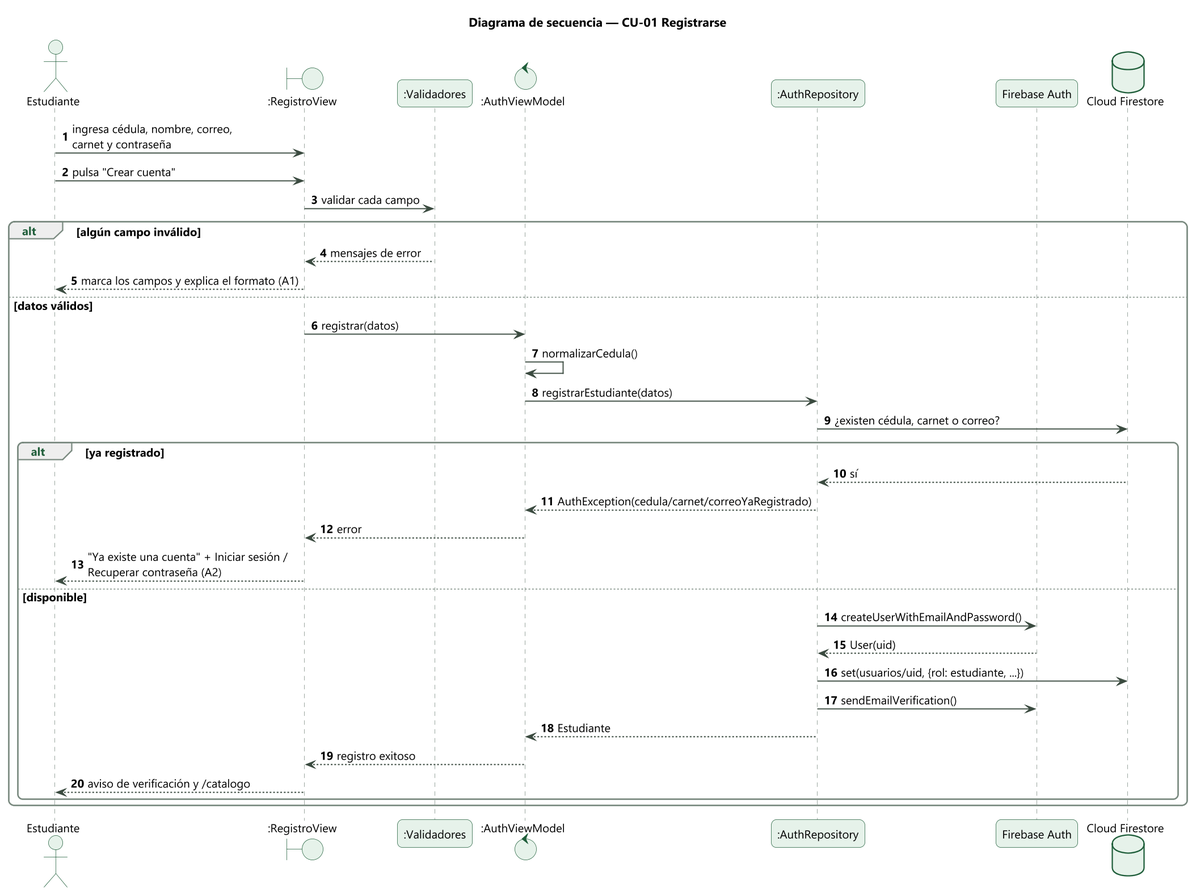
Before: docs/uml/16_seq_registro.png, a diagram exported from PlantUML (fenix1091/Saman-Deportivo).
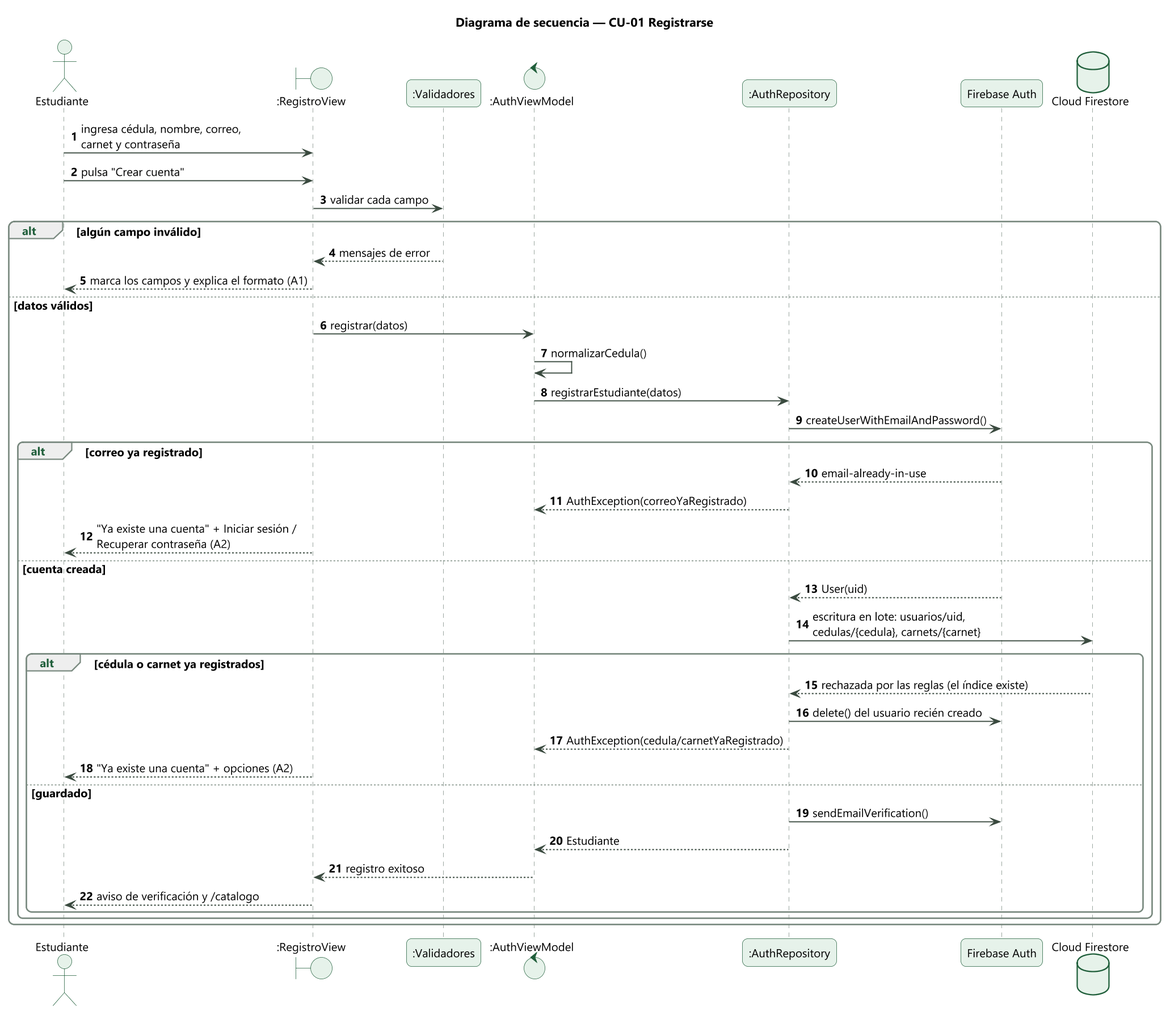
The same file after the commit.

Commit message:
docs: registro del hito 2 coherente con las reglas de firestore

What changed in the source:
```diff
@@ -20,20 +20,25 @@
   V -> VM : registrar(datos)
   VM -> VM : normalizarCedula()
   VM -> R : registrarEstudiante(datos)
-  R -> FS : ¿existen cédula, carnet o correo?
-  alt ya registrado
-    FS --> R : sí
-    R --> VM : AuthException(cedula/carnet/correoYaRegistrado)
-    VM --> V : error
+  R -> FA : createUserWithEmailAndPassword()
+  alt correo ya registrado
+    FA --> R : email-already-in-use
+    R --> VM : AuthException(correoYaRegistrado)
     V --> U : "Ya existe una cuenta" + Iniciar sesión /\nRecuperar contraseña (A2)
-  else disponible
-    R -> FA : createUserWithEmailAndPassword()
+  else cuenta creada
     FA --> R : User(uid)
-    R -> FS : set(usuarios/uid, {rol: estudiante, ...})
-    R -> FA : sendEmailVerification()
-    R --> VM : Estudiante
-    VM --> V : registro exitoso
-    V --> U : aviso de verificación y /catalogo
+    R -> FS : escritura en lote: usuarios/uid,\ncedulas/{cedula}, carnets/{carnet}
+    alt cédula o carnet ya registrados
+      FS --> R : rechazada por las reglas (el índice existe)
+      R -> FA : delete() del usuario recién creado
+      R --> VM : AuthException(cedula/carnetYaRegistrado)
+      V --> U : "Ya existe una cuenta" + opciones (A2)
+    else guardado
+      R -> FA : sendEmailVerification()
+      R --> VM : Estudiante
+      VM --> V : registro exitoso
+      V --> U : aviso de verificación y /catalogo
+    end
   end
 end
 @enduml
```
